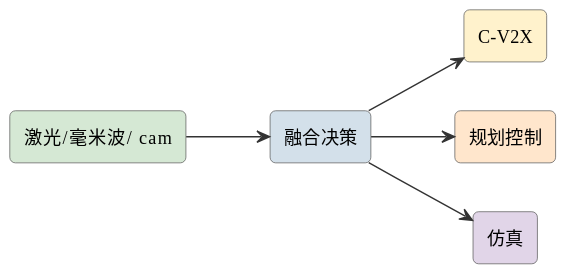
Above: assets/diagrams/ideas-fig70.svg in mingyi0818/IntelligentMcuCourse (PlantUML), before the change.
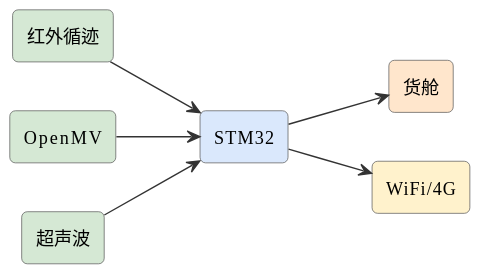
After the change.

The edit, as a diff of the source:
```diff
@@ -6,13 +6,15 @@
 skinparam arrowFontSize 11
 skinparam arrowColor #333
 left to right direction
-rectangle "激光/毫米波/ cam" as s #d5e8d4
-rectangle "融合决策" as fusion #d3e0ea
-rectangle "C-V2X" as v2x #fff2cc
-rectangle "规划控制" as ctrl #ffe6cc
-rectangle "仿真" as sim #e1d5e8
-s --> fusion
-fusion --> v2x
-fusion --> ctrl
-fusion --> sim
+rectangle "红外循迹" as ir #d5e8d4
+rectangle "OpenMV" as cam #d5e8d4
+rectangle "STM32" as stm #dae8fc
+rectangle "超声波" as ult #d5e8d4
+rectangle "货舱" as box #ffe6cc
+rectangle "WiFi/4G" as net #fff2cc
+ir --> stm
+cam --> stm
+ult --> stm
+stm --> box
+stm --> net
 @enduml
```
